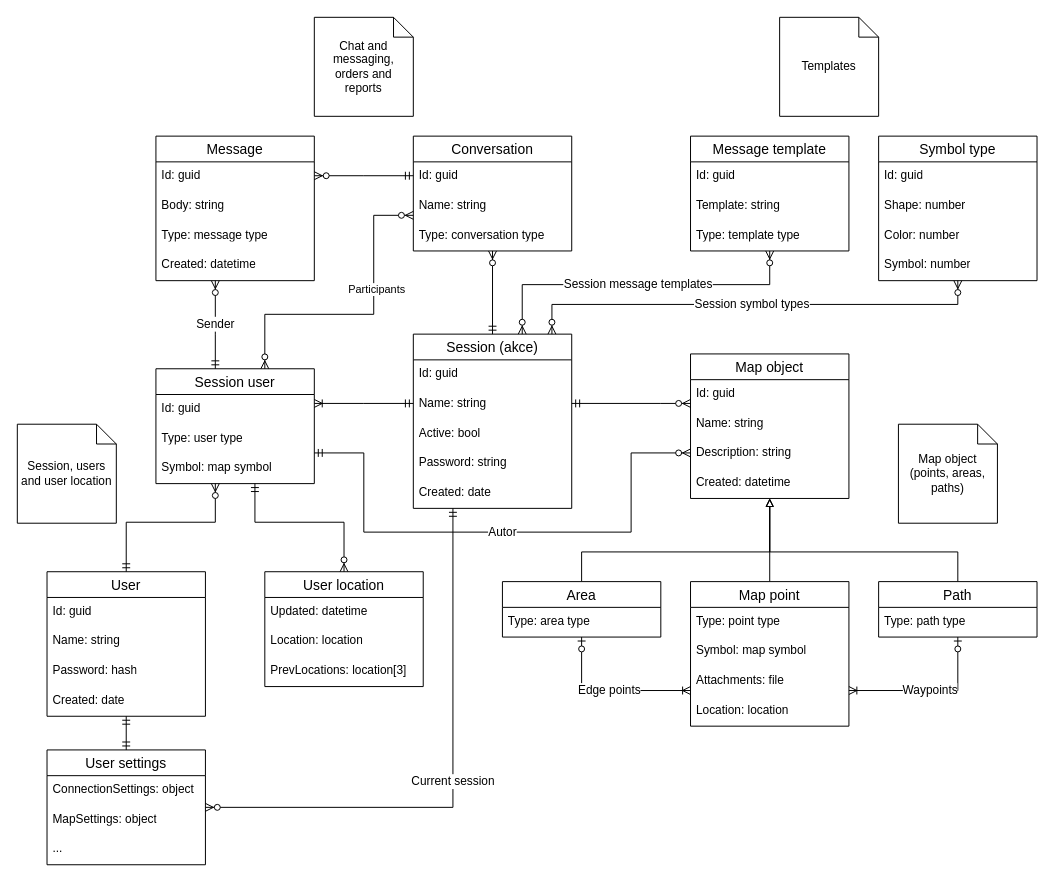
This is doc/design/domain_model.drawio from Revarin/dp24-milapp-perina, a draw.io file, before an edit. Source tidied: cells renumbered, new cells numbered last; positions are measured from the earlier drawing's top-left corner, leaving out a move shared by most shapes. Both pictures are drawn from the tidied source at 99%, with x=0, y=0 at pixel (17, 17).
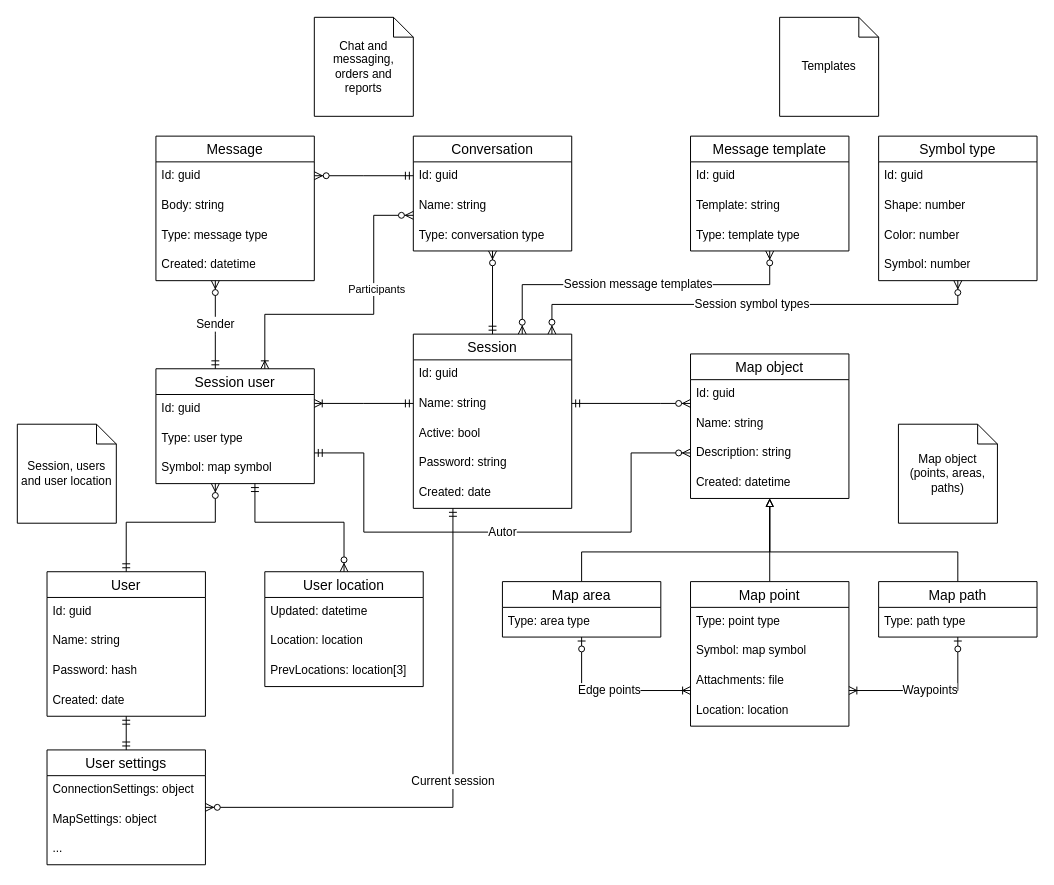
The same page after the edit.

Unchanged cells that the change refers to:
```xml
<mxCell id="13" value="Session user" style="swimlane;fontStyle=0;horizontal=1;startSize=26;align=center;fontSize=14;" parent="1" vertex="1">
  <mxGeometry x="140" y="355" width="160" height="116" as="geometry" />
</mxCell>
<mxCell id="30" value="Conversation" style="swimlane;fontStyle=0;horizontal=1;startSize=26;align=center;fontSize=14;" parent="1" vertex="1">
  <mxGeometry x="400" y="120" width="160" height="116" as="geometry" />
</mxCell>
```

Diff of the diagram source:
```diff
@@
-    <mxCell id="2" value="Session (akce)" style="swimlane;fontStyle=0;horizontal=1;startSize=26;align=center;fontSize=14;" parent="1" vertex="1">
+    <mxCell id="2" value="Session" style="swimlane;fontStyle=0;horizontal=1;startSize=26;align=center;fontSize=14;" parent="1" vertex="1">
       <mxGeometry x="400" y="320" width="160" height="176" as="geometry" />
     </mxCell>
@@
-    <mxCell id="43" style="fontSize=12;html=1;endArrow=ERzeroToMany;endFill=1;startArrow=ERzeroToMany;rounded=0;edgeStyle=orthogonalEdgeStyle;" parent="1" edge="1" source="13" target="30">
+    <mxCell id="43" style="fontSize=12;html=1;endArrow=ERzeroToMany;endFill=1;startArrow=ERoneToMany;rounded=0;edgeStyle=orthogonalEdgeStyle;startFill=0;" parent="1" edge="1" source="13" target="30">
       <mxGeometry relative="1" as="geometry">
         <Array as="points">
           <mxPoint x="250" y="300" />
           <mxPoint x="360" y="300" />
           <mxPoint x="360" y="200" />
         </Array>
       </mxGeometry>
     </mxCell>
@@
-    <mxCell id="52" value="Area" style="swimlane;fontStyle=0;horizontal=1;startSize=26;align=center;fontSize=14;" parent="1" vertex="1">
+    <mxCell id="52" value="Map area" style="swimlane;fontStyle=0;horizontal=1;startSize=26;align=center;fontSize=14;" parent="1" vertex="1">
       <mxGeometry x="490" y="570" width="160" height="56" as="geometry" />
     </mxCell>
@@
-    <mxCell id="55" value="Path" style="swimlane;fontStyle=0;horizontal=1;startSize=26;align=center;fontSize=14;" parent="1" vertex="1">
+    <mxCell id="55" value="Map path" style="swimlane;fontStyle=0;horizontal=1;startSize=26;align=center;fontSize=14;" parent="1" vertex="1">
       <mxGeometry x="870" y="570" width="160" height="56" as="geometry" />
     </mxCell>
```
